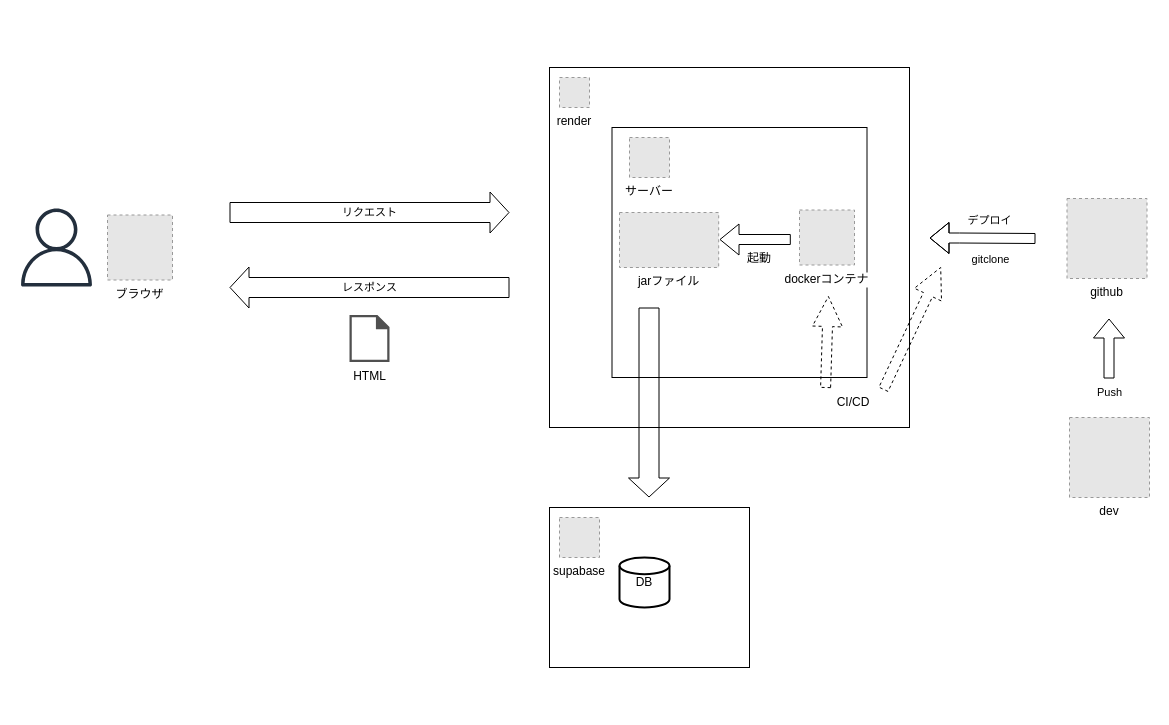
Strawberry0121/EC-SITE keeps this draw.io diagram as page "ページ2" (1 of 3) of InfrastructureArchitecture.drawio. Above is the earlier version. Source tidied: cells renumbered, new cells numbered last; positions are measured from the earlier drawing's top-left corner, leaving out a move shared by most shapes. Both pictures are drawn from the tidied source at 100%, with x=0, y=0 at pixel (17, 67). Pictures stored in the file or linked from it are replaced by grey dashed boxes.
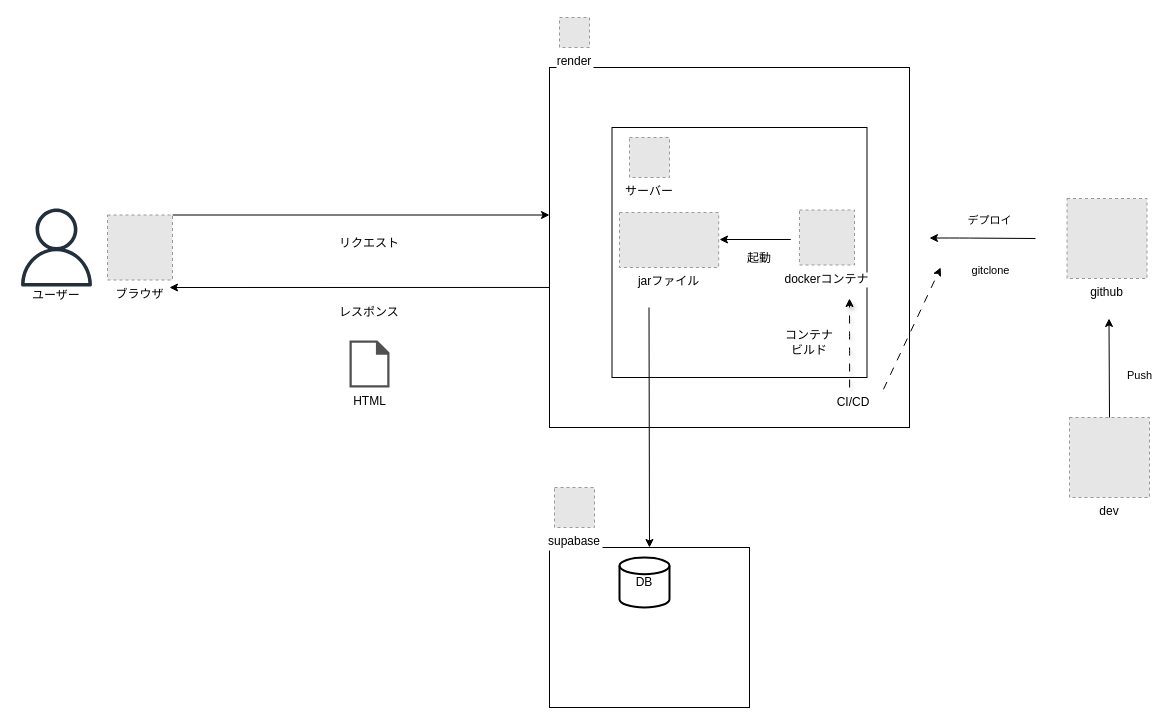
Above is the later version.

The change refers to these unchanged cells:
```xml
<mxCell id="2" style="rounded=0;whiteSpace=wrap;html=1;" parent="1" vertex="1">
  <mxGeometry x="532" width="360" height="360" as="geometry" />
</mxCell>
<mxCell id="7" value="dev" style="fillColor=#E6E6E6;strokeColor=#999999;dashed=1;verticalLabelPosition=bottom;labelBackgroundColor=default;verticalAlign=top;" parent="1" vertex="1">
  <mxGeometry x="1052" y="350" width="80" height="80" as="geometry" />
</mxCell>
<mxCell id="21" value="ブラウザ" style="fillColor=#E6E6E6;strokeColor=#999999;dashed=1;verticalLabelPosition=bottom;labelBackgroundColor=default;verticalAlign=top;" parent="1" vertex="1">
  <mxGeometry x="90" y="147.5" width="65" height="65" as="geometry" />
</mxCell>
```

What changed in the source:
```diff
@@
     <mxCell id="3" value="render" style="fillColor=#E6E6E6;strokeColor=#999999;dashed=1;verticalLabelPosition=bottom;labelBackgroundColor=default;verticalAlign=top;" parent="1" vertex="1">
-      <mxGeometry x="542" y="10" width="30" height="30" as="geometry" />
+      <mxGeometry x="542" y="-50" width="30" height="30" as="geometry" />
     </mxCell>
@@
-    <mxCell id="8" style="endArrow=classic;html=1;exitX=0.75;exitY=0;exitDx=0;exitDy=0;shape=flexArrow;" parent="1" edge="1">
+    <mxCell id="8" style="endArrow=classic;html=1;exitX=0.5;exitY=0;exitDx=0;exitDy=0;" parent="1" edge="1" source="7">
       <mxGeometry relative="1" as="geometry">
-        <mxPoint x="1091.5" y="311" as="sourcePoint" />
         <mxPoint x="1091.5" y="251" as="targetPoint" />
       </mxGeometry>
     </mxCell>
@@
-    <mxCell id="10" style="endArrow=classic;html=1;shape=flexArrow;" parent="1" edge="1">
+    <mxCell id="10" style="endArrow=classic;html=1;" parent="1" edge="1">
       <mxGeometry relative="1" as="geometry">
         <mxPoint x="1018" y="171" as="sourcePoint" />
         <mxPoint x="912" y="170.5" as="targetPoint" />
         <Array as="points">
           <mxPoint x="942" y="170.5" />
         </Array>
       </mxGeometry>
     </mxCell>
     <mxCell id="11" value="Push" style="edgeLabel;html=1;align=center;verticalAlign=middle;" parent="1" vertex="1">
-      <mxGeometry x="1092" y="290" as="geometry">
+      <mxGeometry x="1122" y="273" as="geometry">
         <mxPoint x="-1" y="34" as="offset" />
       </mxGeometry>
     </mxCell>
@@
-    <mxCell id="13" style="shape=flexArrow;endArrow=classic;html=1;" parent="1" edge="1">
+    <mxCell id="13" style="endArrow=classic;html=1;" parent="1" edge="1">
       <mxGeometry relative="1" as="geometry">
         <mxPoint x="773.3" y="172" as="sourcePoint" />
         <mxPoint x="702" y="172" as="targetPoint" />
       </mxGeometry>
     </mxCell>
     <mxCell id="14" style="rounded=0;whiteSpace=wrap;html=1;" parent="1" vertex="1">
-      <mxGeometry x="532" y="440" width="200" height="160" as="geometry" />
+      <mxGeometry x="532" y="480" width="200" height="160" as="geometry" />
     </mxCell>
@@
-    <mxCell id="16" style="shape=flexArrow;endArrow=classic;html=1;width=20;" parent="1" edge="1">
+    <mxCell id="16" style="endArrow=classic;html=1;entryX=0.5;entryY=0;entryDx=0;entryDy=0;" parent="1" edge="1" target="14">
       <mxGeometry relative="1" as="geometry">
         <mxPoint x="631.5" y="240" as="sourcePoint" />
-        <mxPoint x="631.5" y="430" as="targetPoint" />
       </mxGeometry>
     </mxCell>
     <mxCell id="17" value="HTML" style="sketch=0;shadow=0;dashed=0;html=1;strokeColor=none;fillColor=#505050;labelPosition=center;verticalLabelPosition=bottom;verticalAlign=top;align=center;shape=mxgraph.office.concepts.document_blank;" parent="1" vertex="1">
-      <mxGeometry x="332" y="247.5" width="40" height="47" as="geometry" />
+      <mxGeometry x="332" y="273" width="40" height="47" as="geometry" />
     </mxCell>
@@
-    <mxCell id="19" value="リクエスト" style="shape=flexArrow;endArrow=classic;html=1;width=20;" parent="1" edge="1">
+    <mxCell id="19" style="endArrow=classic;html=1;entryX=-0.009;entryY=0.401;entryDx=0;entryDy=0;entryPerimeter=0;exitX=1;exitY=0;exitDx=0;exitDy=0;" parent="1" edge="1" source="21">
       <mxGeometry relative="1" as="geometry">
-        <mxPoint x="212" y="145" as="sourcePoint" />
-        <mxPoint x="492" y="145" as="targetPoint" />
+        <mxPoint x="532" y="147.5" as="targetPoint" />
       </mxGeometry>
     </mxCell>
-    <mxCell id="20" value="レスポンス" style="shape=flexArrow;endArrow=classic;html=1;width=20;" parent="1" edge="1">
+    <mxCell id="20" style="endArrow=classic;html=1;exitX=0;exitY=0.611;exitDx=0;exitDy=0;exitPerimeter=0;" parent="1" edge="1" source="2">
       <mxGeometry relative="1" as="geometry">
-        <mxPoint x="492" y="220" as="sourcePoint" />
-        <mxPoint x="212" y="220" as="targetPoint" />
+        <mxPoint x="152" y="220" as="targetPoint" />
       </mxGeometry>
     </mxCell>
@@
-    <mxCell id="24" style="endArrow=none;dashed=1;html=1;shape=arrow;exitX=0.991;exitY=0.894;exitDx=0;exitDy=0;exitPerimeter=0;" parent="1" edge="1">
+    <mxCell id="24" style="endArrow=classic;dashed=1;html=1;exitX=0.991;exitY=0.894;exitDx=0;exitDy=0;exitPerimeter=0;endFill=1;dashPattern=8 8;" parent="1" edge="1">
       <mxGeometry relative="1" as="geometry">
         <mxPoint x="866" y="321.8" as="sourcePoint" />
         <mxPoint x="923.2" y="200" as="targetPoint" />
       </mxGeometry>
     </mxCell>
-    <mxCell id="25" style="endArrow=none;dashed=1;html=1;shape=arrow;exitX=0.83;exitY=1;exitDx=0;exitDy=0;exitPerimeter=0;" parent="1" edge="1">
-      <mxGeometry relative="1" as="geometry">
-        <mxPoint x="808.1" y="320" as="sourcePoint" />
-        <mxPoint x="810.9" y="229" as="targetPoint" />
-      </mxGeometry>
-    </mxCell>
@@
     <mxCell id="28" value="supabase" style="fillColor=#E6E6E6;strokeColor=#999999;dashed=1;verticalLabelPosition=bottom;labelBackgroundColor=default;verticalAlign=top;" parent="1" vertex="1">
-      <mxGeometry x="542" y="450" width="40" height="40" as="geometry" />
+      <mxGeometry x="537" y="420" width="40" height="40" as="geometry" />
     </mxCell>
+    <mxCell id="29" value="レスポンス" style="text;strokeColor=none;align=center;fillColor=none;html=1;verticalAlign=middle;whiteSpace=wrap;rounded=0;" parent="1" vertex="1">
+      <mxGeometry x="312" y="230" width="80" height="30" as="geometry" />
+    </mxCell>
+    <mxCell id="30" value="リクエスト" style="text;strokeColor=none;align=center;fillColor=none;html=1;verticalAlign=middle;whiteSpace=wrap;rounded=0;" parent="1" vertex="1">
+      <mxGeometry x="312" y="161.2" width="80" height="30" as="geometry" />
+    </mxCell>
+    <mxCell id="31" style="endArrow=classic;dashed=1;html=1;edgeStyle=elbowEdgeStyle;elbow=vertical;shadow=1;dashPattern=8 8;startArrow=none;endFill=1;startFill=0;" parent="1" edge="1">
+      <mxGeometry relative="1" as="geometry">
+        <mxPoint x="832.1" y="320" as="sourcePoint" />
+        <mxPoint x="832" y="231" as="targetPoint" />
+      </mxGeometry>
+    </mxCell>
+    <mxCell id="32" value="ユーザー" style="text;strokeColor=none;align=center;fillColor=none;html=1;verticalAlign=middle;whiteSpace=wrap;rounded=0;" parent="1" vertex="1">
+      <mxGeometry x="9" y="212.5" width="60" height="30" as="geometry" />
+    </mxCell>
+    <mxCell id="33" value="コンテナビルド" style="text;strokeColor=none;align=center;fillColor=none;html=1;verticalAlign=middle;whiteSpace=wrap;rounded=0;" parent="1" vertex="1">
+      <mxGeometry x="762" y="260" width="60" height="30" as="geometry" />
+    </mxCell>
```
